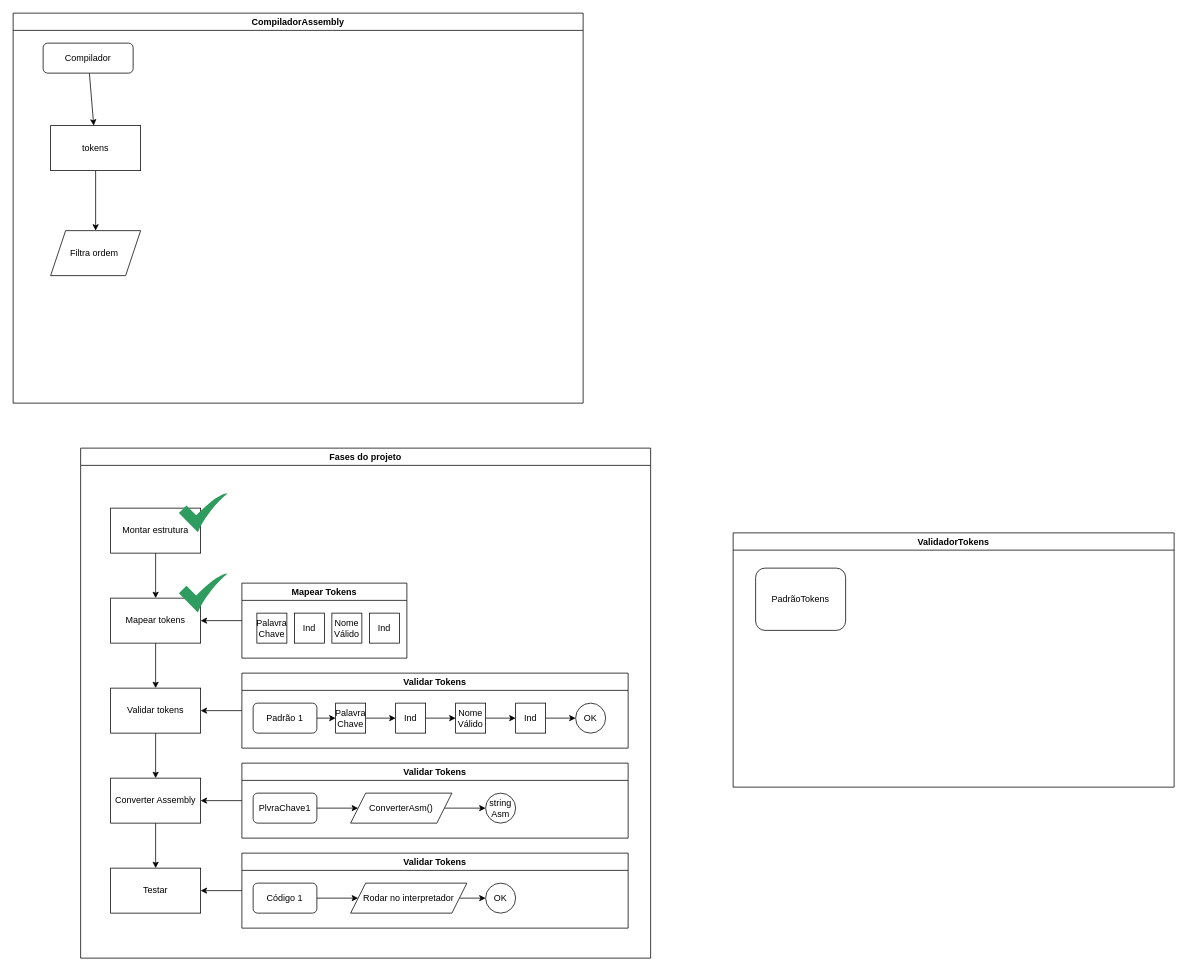
The draw.io diagram doc/estrutura-compilador-assembly.drawio in yxuo/assembly-compilator-csharp, before the edit. Source tidied: cells renumbered, new cells numbered last; positions are measured from the earlier drawing's top-left corner, leaving out a move shared by most shapes. Both pictures are drawn from the tidied source at 75%, with x=0, y=0 at pixel (13, 13).
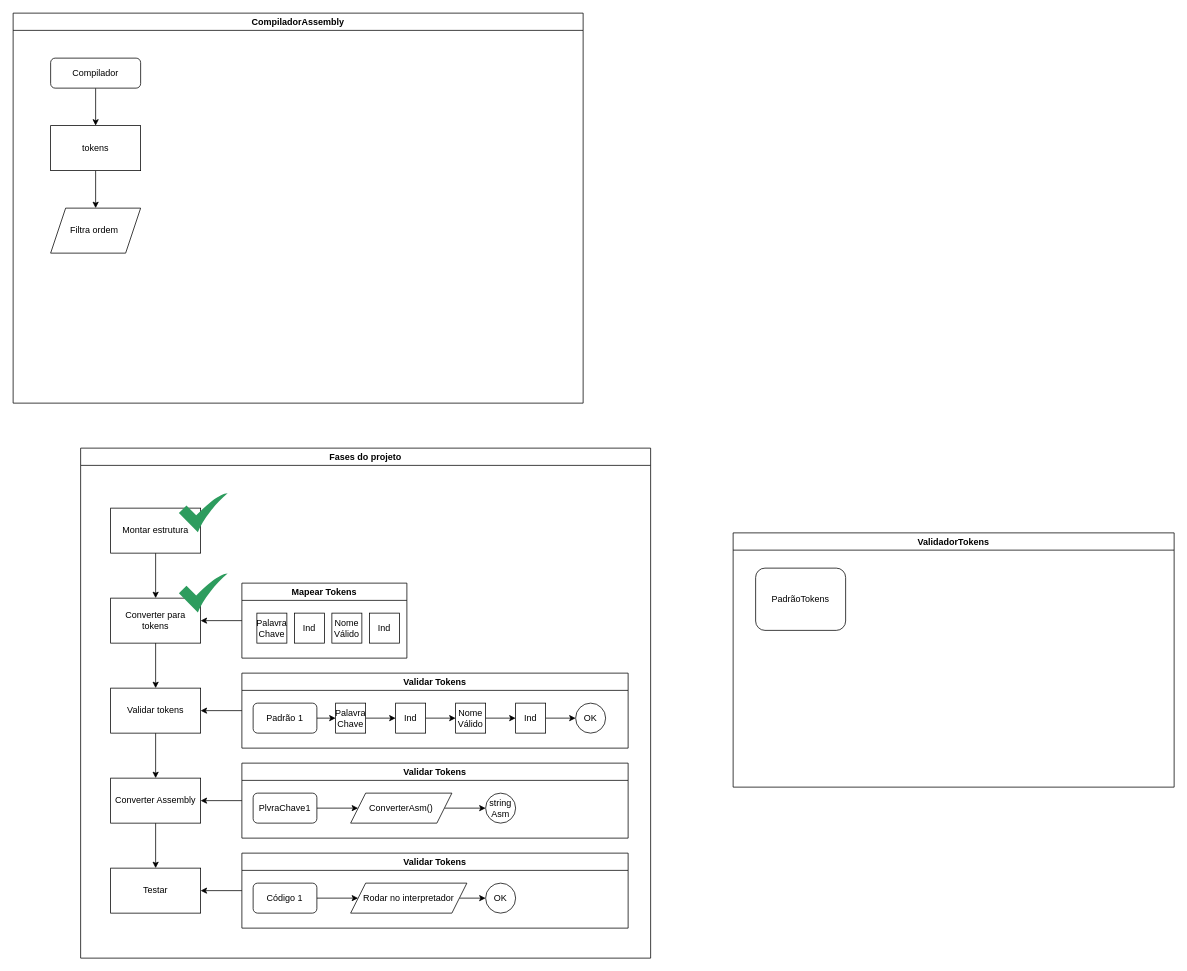
Above is the later version.

The change refers to these unchanged cells:
```xml
<mxCell id="2" value="CompiladorAssembly" style="swimlane;whiteSpace=wrap;html=1;" parent="1" vertex="1">
  <mxGeometry width="760" height="520" as="geometry" />
</mxCell>
<mxCell id="8" value="Fases do projeto" style="swimlane;whiteSpace=wrap;html=1;" parent="1" vertex="1">
  <mxGeometry x="90" y="580" width="760" height="680" as="geometry" />
</mxCell>
```

The edit, as a diff of the source:
```diff
@@
     <mxCell id="4" value="Compilador" style="rounded=1;whiteSpace=wrap;html=1;" parent="2" vertex="1">
-      <mxGeometry x="40" y="40" width="120" height="40" as="geometry" />
+      <mxGeometry x="50" y="60" width="120" height="40" as="geometry" />
     </mxCell>
@@
     <mxCell id="7" value="Filtra ordem&amp;nbsp;" style="shape=parallelogram;perimeter=parallelogramPerimeter;whiteSpace=wrap;html=1;fixedSize=1;rounded=0;" parent="2" vertex="1">
-      <mxGeometry x="50" y="290" width="120" height="60" as="geometry" />
+      <mxGeometry x="50" y="260" width="120" height="60" as="geometry" />
     </mxCell>
@@
-    <mxCell id="11" value="Mapear tokens" style="rounded=0;whiteSpace=wrap;html=1;" parent="8" vertex="1">
+    <mxCell id="11" value="Converter para tokens" style="rounded=0;whiteSpace=wrap;html=1;" parent="8" vertex="1">
       <mxGeometry x="40" y="200" width="120" height="60" as="geometry" />
     </mxCell>
```
